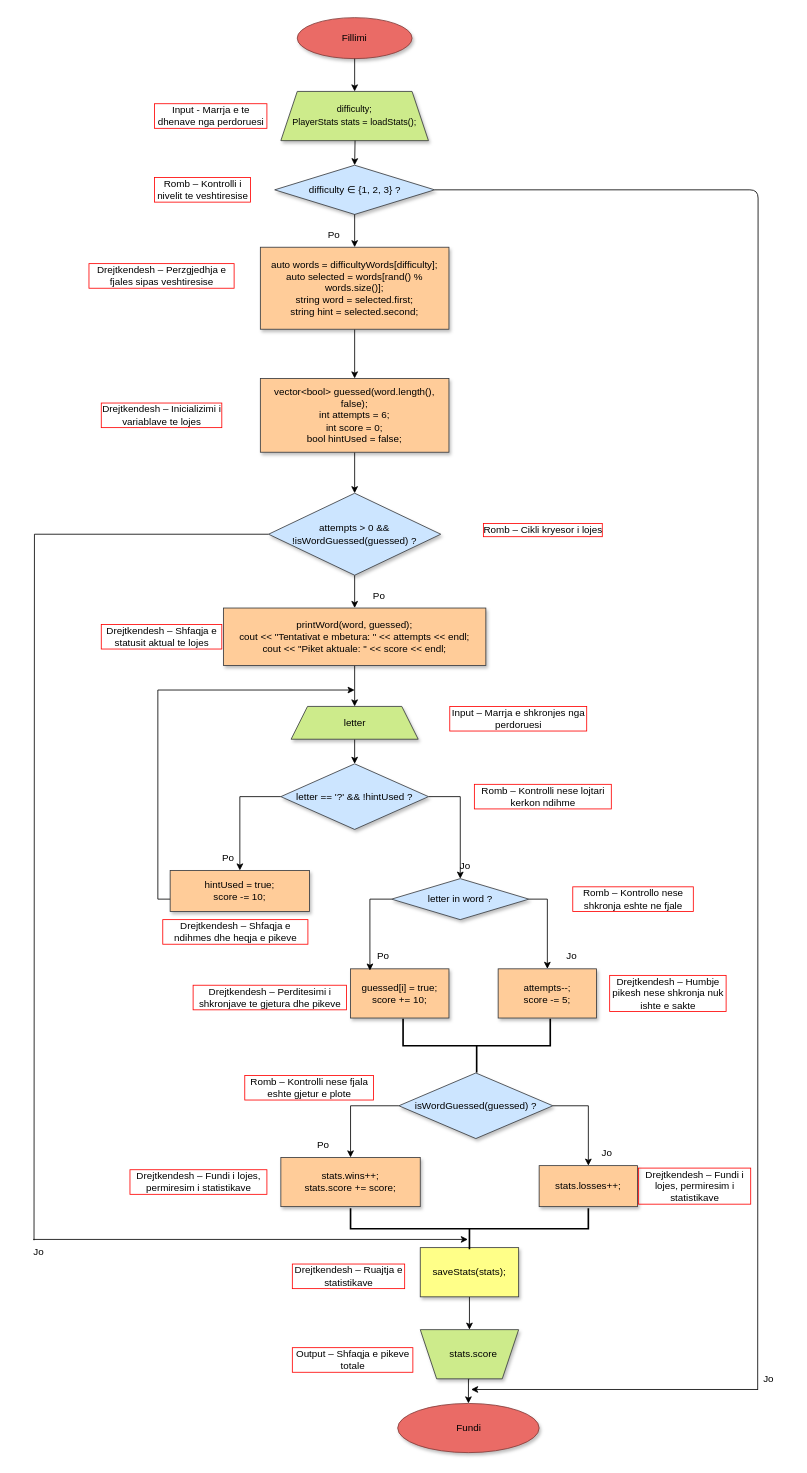
arsaduraku/Hangman keeps this draw.io diagram as Bllok Diagram.drawio. Above is the earlier version. Source tidied: cells renumbered, new cells numbered last; positions are measured from the earlier drawing's top-left corner, leaving out a move shared by most shapes. Both pictures are drawn from the tidied source at 82%, with x=0, y=0 at pixel (14, 17).
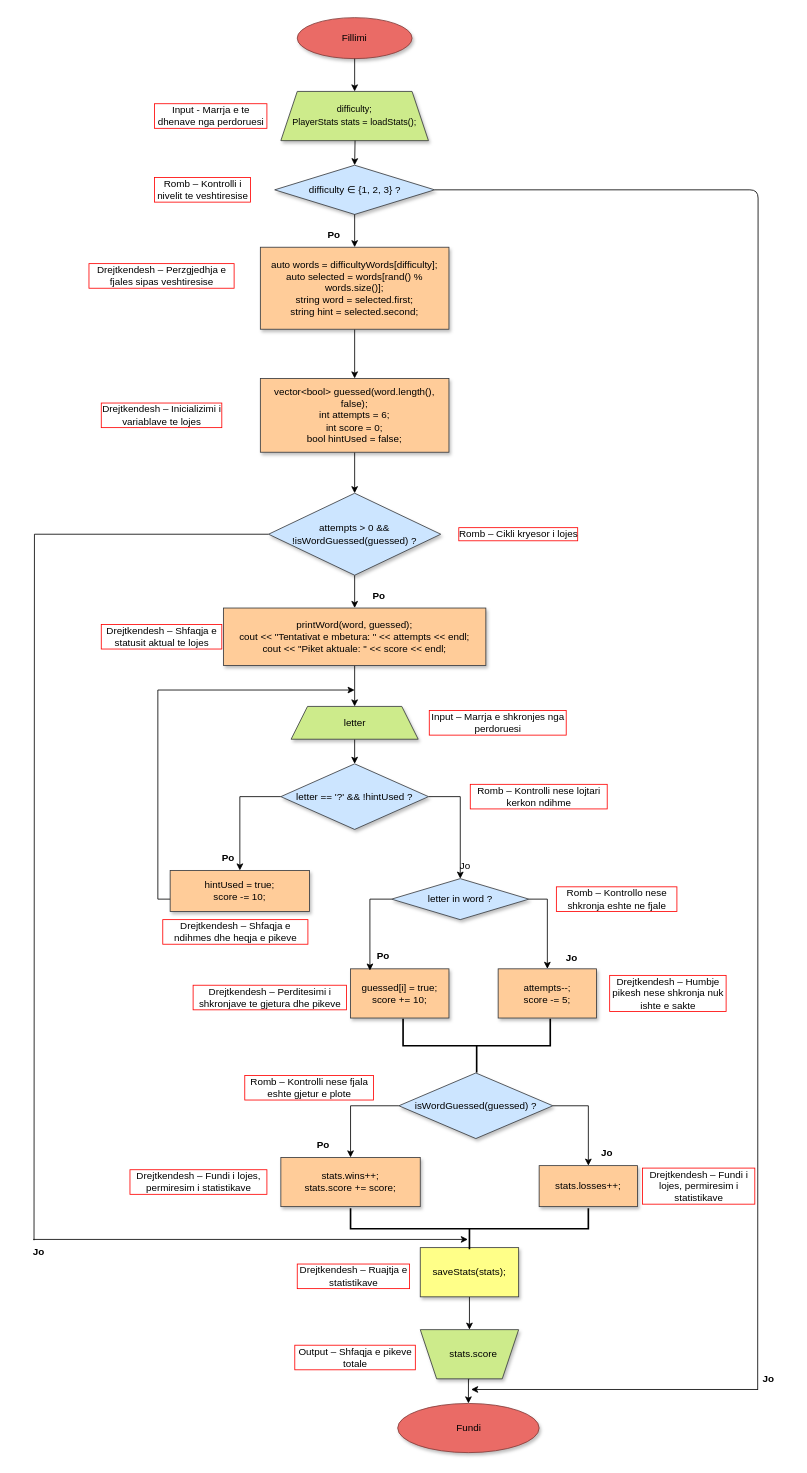
The same diagram, later.

What changed in the source:
```diff
@@
-    <mxCell id="6" value="Jo" style="text;html=1;align=center;verticalAlign=middle;whiteSpace=wrap;rounded=0;" parent="1" vertex="1">
+    <mxCell id="6" value="&lt;b&gt;Jo&lt;/b&gt;" style="text;html=1;align=center;verticalAlign=middle;whiteSpace=wrap;rounded=0;" parent="1" vertex="1">
       <mxGeometry x="890" y="1645" width="60" height="30" as="geometry" />
     </mxCell>
@@
-    <mxCell id="12" value="Po" style="text;html=1;align=center;verticalAlign=middle;whiteSpace=wrap;rounded=0;" parent="1" vertex="1">
+    <mxCell id="12" value="&lt;b&gt;Po&lt;/b&gt;" style="text;html=1;align=center;verticalAlign=middle;whiteSpace=wrap;rounded=0;" parent="1" vertex="1">
       <mxGeometry x="360" y="250" width="60" height="30" as="geometry" />
     </mxCell>
@@
-    <mxCell id="22" value="Jo" style="text;html=1;align=center;verticalAlign=middle;whiteSpace=wrap;rounded=0;" parent="1" vertex="1">
+    <mxCell id="22" value="&lt;b&gt;Jo&lt;/b&gt;" style="text;html=1;align=center;verticalAlign=middle;whiteSpace=wrap;rounded=0;" parent="1" vertex="1">
       <mxGeometry y="1490" width="60" height="30" as="geometry" />
     </mxCell>
@@
-    <mxCell id="26" value="Po" style="text;html=1;align=center;verticalAlign=middle;whiteSpace=wrap;rounded=0;" parent="1" vertex="1">
+    <mxCell id="26" value="&lt;b&gt;Po&lt;/b&gt;" style="text;html=1;align=center;verticalAlign=middle;whiteSpace=wrap;rounded=0;" parent="1" vertex="1">
       <mxGeometry x="415" y="690" width="60" height="30" as="geometry" />
     </mxCell>
@@
-    <mxCell id="34" value="Po" style="text;html=1;align=center;verticalAlign=middle;whiteSpace=wrap;rounded=0;" parent="1" vertex="1">
+    <mxCell id="34" value="&lt;b&gt;Po&lt;/b&gt;" style="text;html=1;align=center;verticalAlign=middle;whiteSpace=wrap;rounded=0;" parent="1" vertex="1">
       <mxGeometry x="231" y="1010" width="60" height="30" as="geometry" />
     </mxCell>
@@
-    <mxCell id="41" value="Po" style="text;html=1;align=center;verticalAlign=middle;whiteSpace=wrap;rounded=0;" parent="1" vertex="1">
+    <mxCell id="41" value="&lt;b&gt;Po&lt;/b&gt;" style="text;html=1;align=center;verticalAlign=middle;whiteSpace=wrap;rounded=0;" parent="1" vertex="1">
       <mxGeometry x="420" y="1130" width="60" height="30" as="geometry" />
     </mxCell>
-    <mxCell id="42" value="Jo" style="text;html=1;align=center;verticalAlign=middle;whiteSpace=wrap;rounded=0;" parent="1" vertex="1">
-      <mxGeometry x="650" y="1130" width="60" height="30" as="geometry" />
+    <mxCell id="42" value="&lt;b&gt;Jo&lt;/b&gt;" style="text;html=1;align=center;verticalAlign=middle;whiteSpace=wrap;rounded=0;" parent="1" vertex="1">
+      <mxGeometry x="650" y="1132" width="60" height="30" as="geometry" />
     </mxCell>
@@
-    <mxCell id="48" value="Po" style="text;html=1;align=center;verticalAlign=middle;whiteSpace=wrap;rounded=0;" parent="1" vertex="1">
+    <mxCell id="48" value="&lt;b&gt;Po&lt;/b&gt;" style="text;html=1;align=center;verticalAlign=middle;whiteSpace=wrap;rounded=0;" parent="1" vertex="1">
       <mxGeometry x="347" y="1360" width="60" height="30" as="geometry" />
     </mxCell>
@@
-    <mxCell id="50" value="Jo" style="text;html=1;align=center;verticalAlign=middle;whiteSpace=wrap;rounded=0;" parent="1" vertex="1">
+    <mxCell id="50" value="&lt;b&gt;Jo&lt;/b&gt;" style="text;html=1;align=center;verticalAlign=middle;whiteSpace=wrap;rounded=0;" parent="1" vertex="1">
       <mxGeometry x="693" y="1370" width="60" height="30" as="geometry" />
     </mxCell>
@@
     <mxCell id="60" value="Romb – Cikli kryesor i lojes" style="text;html=1;align=center;verticalAlign=middle;whiteSpace=wrap;rounded=0;labelBorderColor=#FF0000;" parent="1" vertex="1">
-      <mxGeometry x="570" y="610" width="150" height="30" as="geometry" />
+      <mxGeometry x="540" y="615" width="150" height="30" as="geometry" />
     </mxCell>
     <mxCell id="61" value="Input – Marrja e shkronjes nga perdoruesi" style="text;html=1;align=center;verticalAlign=middle;whiteSpace=wrap;rounded=0;labelBorderColor=#FF0000;" parent="1" vertex="1">
-      <mxGeometry x="530" y="840" width="170" height="30" as="geometry" />
+      <mxGeometry x="505" y="845" width="170" height="30" as="geometry" />
     </mxCell>
     <mxCell id="62" value="Romb – Kontrolli nese lojtari kerkon ndihme" style="text;html=1;align=center;verticalAlign=middle;whiteSpace=wrap;rounded=0;labelBorderColor=#FF0000;" parent="1" vertex="1">
-      <mxGeometry x="560" y="935" width="170" height="30" as="geometry" />
+      <mxGeometry x="555" y="935" width="170" height="30" as="geometry" />
     </mxCell>
@@
     <mxCell id="64" value="Romb – Kontrollo nese shkronja eshte ne fjale" style="text;html=1;align=center;verticalAlign=middle;whiteSpace=wrap;rounded=0;labelBorderColor=#FF0000;" parent="1" vertex="1">
-      <mxGeometry x="680" y="1060" width="150" height="30" as="geometry" />
+      <mxGeometry x="660" y="1060" width="150" height="30" as="geometry" />
     </mxCell>
@@
     <mxCell id="69" value="Drejtkendesh – Fundi i lojes, permiresim i statistikave" style="text;html=1;align=center;verticalAlign=middle;whiteSpace=wrap;rounded=0;labelBorderColor=#FF0000;" parent="1" vertex="1">
-      <mxGeometry x="760" y="1410" width="140" height="30" as="geometry" />
+      <mxGeometry x="765" y="1410" width="140" height="30" as="geometry" />
     </mxCell>
     <mxCell id="70" value="Drejtkendesh – Ruajtja e statistikave" style="text;html=1;align=center;verticalAlign=middle;whiteSpace=wrap;rounded=0;labelBorderColor=#FF0000;" parent="1" vertex="1">
-      <mxGeometry x="337.5" y="1520" width="140" height="30" as="geometry" />
+      <mxGeometry x="343.5" y="1520" width="140" height="30" as="geometry" />
     </mxCell>
     <mxCell id="71" value="Output – Shfaqja e pikeve totale" style="text;html=1;align=center;verticalAlign=middle;whiteSpace=wrap;rounded=0;labelBorderColor=#FF0000;" parent="1" vertex="1">
-      <mxGeometry x="337.5" y="1622" width="150" height="30" as="geometry" />
+      <mxGeometry x="340.5" y="1619" width="150" height="30" as="geometry" />
     </mxCell>
```
